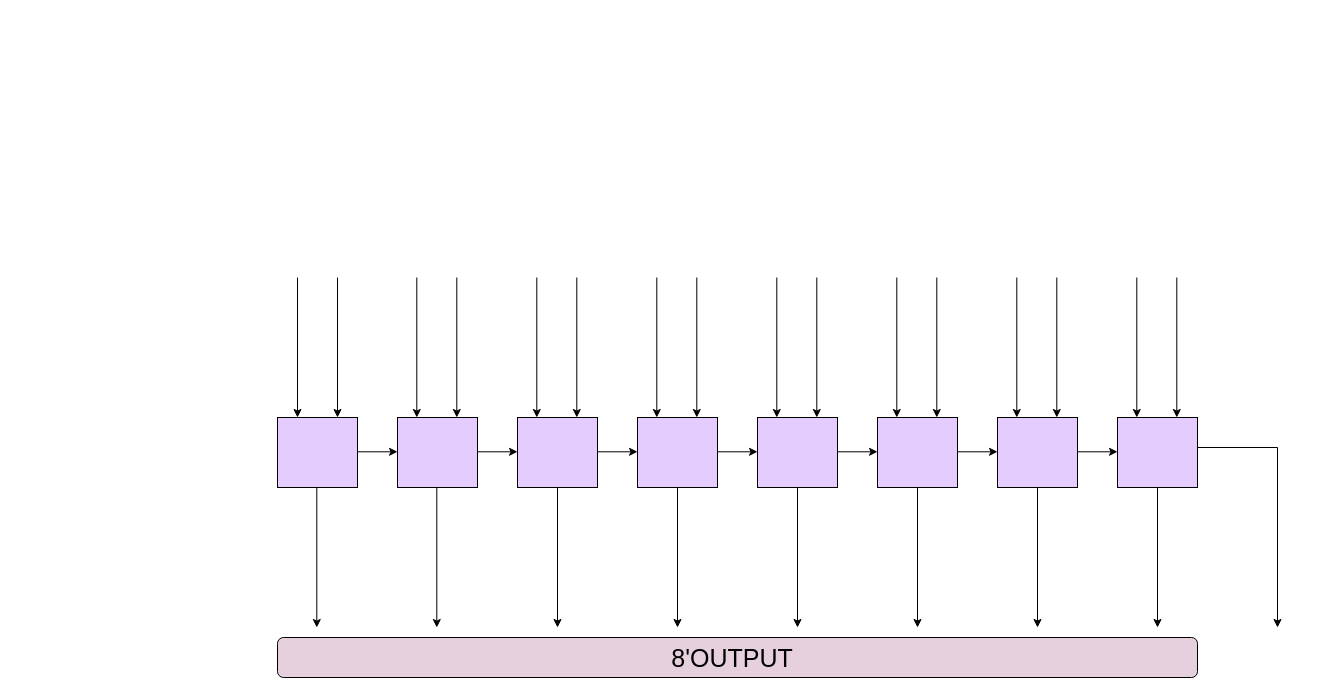
This is humanmachine/ALU.drawio from Raspberry-NQ/human-8bit-CPU, a draw.io file, before an edit. Source tidied: cells renumbered, new cells numbered last; positions are measured from the earlier drawing's top-left corner, leaving out a move shared by most shapes. Both pictures are drawn from the tidied source at 100%, with x=0, y=0 at pixel (277, 277).
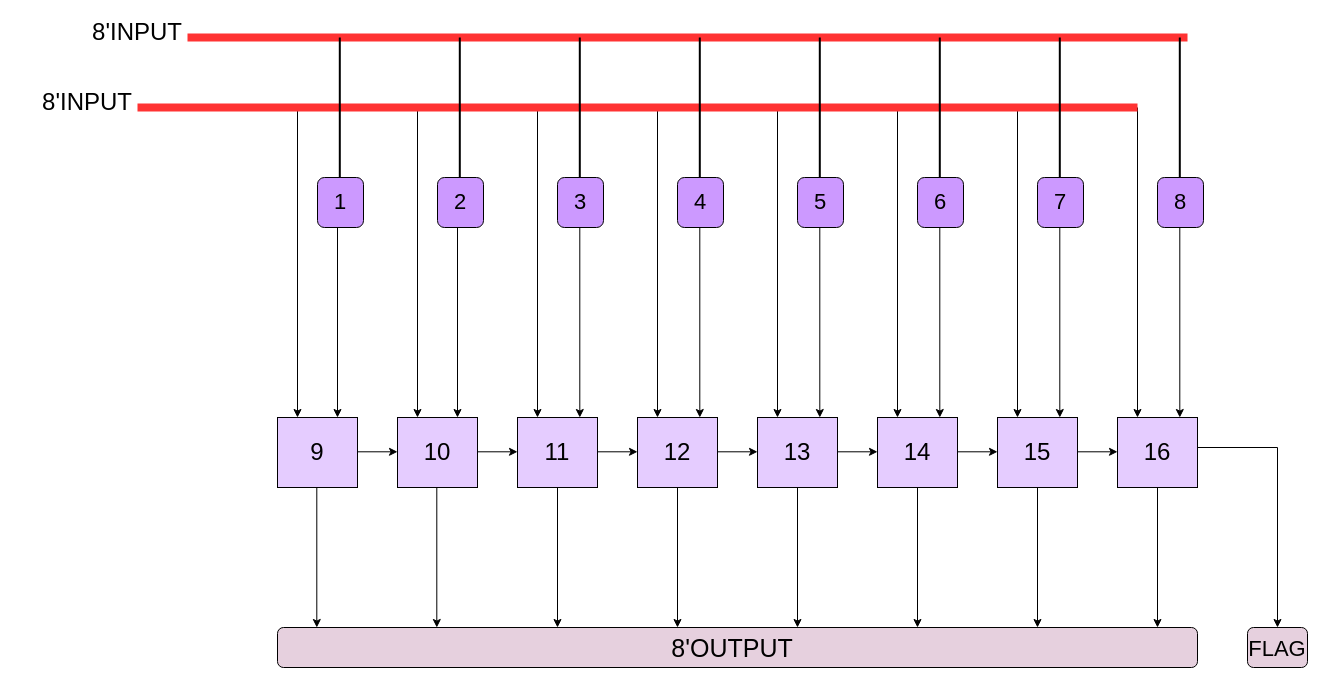
Above is the later version.

Diff of the diagram source:
```diff
@@
-    <mxCell id="2" style="rounded=0;whiteSpace=wrap;html=1;fillColor=#E5CCFF;" parent="1" vertex="1">
+    <mxCell id="2" value="&lt;font style=&quot;font-size: 24px&quot;&gt;10&lt;/font&gt;" style="rounded=0;whiteSpace=wrap;html=1;fillColor=#E5CCFF;" parent="1" vertex="1">
       <mxGeometry x="120" y="140" width="80" height="70" as="geometry" />
     </mxCell>
-    <mxCell id="3" style="rounded=0;whiteSpace=wrap;html=1;fillColor=#E5CCFF;" parent="1" vertex="1">
+    <mxCell id="3" value="11" style="rounded=0;whiteSpace=wrap;html=1;fillColor=#E5CCFF;fontSize=24;" parent="1" vertex="1">
       <mxGeometry x="240" y="140" width="80" height="70" as="geometry" />
     </mxCell>
-    <mxCell id="4" style="rounded=0;whiteSpace=wrap;html=1;fillColor=#E5CCFF;" parent="1" vertex="1">
+    <mxCell id="4" value="12" style="rounded=0;whiteSpace=wrap;html=1;fillColor=#E5CCFF;fontSize=24;" parent="1" vertex="1">
       <mxGeometry x="360" y="140" width="80" height="70" as="geometry" />
     </mxCell>
-    <mxCell id="5" style="rounded=0;whiteSpace=wrap;html=1;fillColor=#E5CCFF;" parent="1" vertex="1">
+    <mxCell id="5" value="13" style="rounded=0;whiteSpace=wrap;html=1;fillColor=#E5CCFF;fontSize=24;" parent="1" vertex="1">
       <mxGeometry x="480" y="140" width="80" height="70" as="geometry" />
     </mxCell>
-    <mxCell id="6" style="rounded=0;whiteSpace=wrap;html=1;fillColor=#E5CCFF;" parent="1" vertex="1">
+    <mxCell id="6" value="14" style="rounded=0;whiteSpace=wrap;html=1;fillColor=#E5CCFF;fontSize=24;" parent="1" vertex="1">
       <mxGeometry x="600" y="140" width="80" height="70" as="geometry" />
     </mxCell>
-    <mxCell id="7" style="rounded=0;whiteSpace=wrap;html=1;fillColor=#E5CCFF;" parent="1" vertex="1">
+    <mxCell id="7" value="&lt;font style=&quot;font-size: 24px&quot;&gt;9&lt;/font&gt;" style="rounded=0;whiteSpace=wrap;html=1;fillColor=#E5CCFF;" parent="1" vertex="1">
       <mxGeometry y="140" width="80" height="70" as="geometry" />
     </mxCell>
-    <mxCell id="8" style="rounded=0;whiteSpace=wrap;html=1;fillColor=#E5CCFF;" parent="1" vertex="1">
+    <mxCell id="8" value="15" style="rounded=0;whiteSpace=wrap;html=1;fillColor=#E5CCFF;fontSize=24;" parent="1" vertex="1">
       <mxGeometry x="720" y="140" width="80" height="70" as="geometry" />
     </mxCell>
-    <mxCell id="9" style="rounded=0;whiteSpace=wrap;html=1;fillColor=#E5CCFF;" parent="1" vertex="1">
+    <mxCell id="9" value="16" style="rounded=0;whiteSpace=wrap;html=1;fillColor=#E5CCFF;fontSize=24;" parent="1" vertex="1">
       <mxGeometry x="840" y="140" width="80" height="70" as="geometry" />
     </mxCell>
     <mxCell id="10" style="endArrow=classic;html=1;rounded=0;" parent="1" edge="1">
       <mxGeometry relative="1" as="geometry">
-        <mxPoint x="20" as="sourcePoint" />
+        <mxPoint x="20" y="-170" as="sourcePoint" />
         <mxPoint x="20" y="140" as="targetPoint" />
       </mxGeometry>
     </mxCell>
     <mxCell id="11" style="endArrow=classic;html=1;rounded=0;" parent="1" edge="1">
       <mxGeometry relative="1" as="geometry">
-        <mxPoint x="60" as="sourcePoint" />
+        <mxPoint x="60" y="-50" as="sourcePoint" />
         <mxPoint x="60" y="140" as="targetPoint" />
       </mxGeometry>
     </mxCell>
-    <mxCell id="12" style="endArrow=classic;html=1;rounded=0;" parent="1" edge="1">
-      <mxGeometry relative="1" as="geometry">
-        <mxPoint x="139.3" as="sourcePoint" />
-        <mxPoint x="139.3" y="140" as="targetPoint" />
-      </mxGeometry>
-    </mxCell>
-    <mxCell id="13" style="endArrow=classic;html=1;rounded=0;" parent="1" edge="1">
-      <mxGeometry relative="1" as="geometry">
-        <mxPoint x="179.3" as="sourcePoint" />
-        <mxPoint x="179.3" y="140" as="targetPoint" />
-      </mxGeometry>
-    </mxCell>
-    <mxCell id="14" style="endArrow=classic;html=1;rounded=0;" parent="1" edge="1">
-      <mxGeometry relative="1" as="geometry">
-        <mxPoint x="259.3" as="sourcePoint" />
-        <mxPoint x="259.3" y="140" as="targetPoint" />
-      </mxGeometry>
-    </mxCell>
-    <mxCell id="15" style="endArrow=classic;html=1;rounded=0;" parent="1" edge="1">
-      <mxGeometry relative="1" as="geometry">
-        <mxPoint x="299.3" as="sourcePoint" />
-        <mxPoint x="299.3" y="140" as="targetPoint" />
-      </mxGeometry>
-    </mxCell>
-    <mxCell id="16" style="endArrow=classic;html=1;rounded=0;" parent="1" edge="1">
-      <mxGeometry relative="1" as="geometry">
-        <mxPoint x="379.3" as="sourcePoint" />
-        <mxPoint x="379.3" y="140" as="targetPoint" />
-      </mxGeometry>
-    </mxCell>
-    <mxCell id="17" style="endArrow=classic;html=1;rounded=0;" parent="1" edge="1">
-      <mxGeometry relative="1" as="geometry">
-        <mxPoint x="419.3" as="sourcePoint" />
-        <mxPoint x="419.3" y="140" as="targetPoint" />
-      </mxGeometry>
-    </mxCell>
-    <mxCell id="18" style="endArrow=classic;html=1;rounded=0;" parent="1" edge="1">
-      <mxGeometry relative="1" as="geometry">
-        <mxPoint x="499.3" as="sourcePoint" />
-        <mxPoint x="499.3" y="140" as="targetPoint" />
-      </mxGeometry>
-    </mxCell>
-    <mxCell id="19" style="endArrow=classic;html=1;rounded=0;" parent="1" edge="1">
-      <mxGeometry relative="1" as="geometry">
-        <mxPoint x="539.3" as="sourcePoint" />
-        <mxPoint x="539.3" y="140" as="targetPoint" />
-      </mxGeometry>
-    </mxCell>
-    <mxCell id="20" style="endArrow=classic;html=1;rounded=0;" parent="1" edge="1">
-      <mxGeometry relative="1" as="geometry">
-        <mxPoint x="619.3" as="sourcePoint" />
-        <mxPoint x="619.3" y="140" as="targetPoint" />
-      </mxGeometry>
-    </mxCell>
-    <mxCell id="21" style="endArrow=classic;html=1;rounded=0;" parent="1" edge="1">
-      <mxGeometry relative="1" as="geometry">
-        <mxPoint x="659.3" as="sourcePoint" />
-        <mxPoint x="659.3" y="140" as="targetPoint" />
-      </mxGeometry>
-    </mxCell>
-    <mxCell id="22" style="endArrow=classic;html=1;rounded=0;" parent="1" edge="1">
-      <mxGeometry relative="1" as="geometry">
-        <mxPoint x="739.3" as="sourcePoint" />
-        <mxPoint x="739.3" y="140" as="targetPoint" />
-      </mxGeometry>
-    </mxCell>
-    <mxCell id="23" style="endArrow=classic;html=1;rounded=0;" parent="1" edge="1">
-      <mxGeometry relative="1" as="geometry">
-        <mxPoint x="779.3" as="sourcePoint" />
-        <mxPoint x="779.3" y="140" as="targetPoint" />
-      </mxGeometry>
-    </mxCell>
-    <mxCell id="24" style="endArrow=classic;html=1;rounded=0;" parent="1" edge="1">
-      <mxGeometry relative="1" as="geometry">
-        <mxPoint x="859.3" as="sourcePoint" />
-        <mxPoint x="859.3" y="140" as="targetPoint" />
-      </mxGeometry>
-    </mxCell>
-    <mxCell id="25" style="endArrow=classic;html=1;rounded=0;" parent="1" edge="1">
-      <mxGeometry relative="1" as="geometry">
-        <mxPoint x="899.3" as="sourcePoint" />
-        <mxPoint x="899.3" y="140" as="targetPoint" />
-      </mxGeometry>
-    </mxCell>
@@
     <mxCell id="42" style="rounded=1;whiteSpace=wrap;html=1;fillColor=#E6D0DE;" parent="1" vertex="1">
-      <mxGeometry y="360" width="920" height="40" as="geometry" />
+      <mxGeometry y="350" width="920" height="40" as="geometry" />
     </mxCell>
     <mxCell id="43" value="&lt;font style=&quot;font-size: 25px&quot;&gt;8'OUTPUT&lt;/font&gt;" style="text;html=1;strokeColor=none;fillColor=none;align=center;verticalAlign=middle;whiteSpace=wrap;rounded=0;" parent="1" vertex="1">
-      <mxGeometry x="340" y="365" width="230" height="30" as="geometry" />
+      <mxGeometry x="340" y="355" width="230" height="30" as="geometry" />
     </mxCell>
+    <mxCell id="44" style="rounded=1;whiteSpace=wrap;html=1;fontSize=25;fillColor=#E6D0DE;" parent="1" vertex="1">
+      <mxGeometry x="970" y="350" width="60" height="40" as="geometry" />
+    </mxCell>
+    <mxCell id="45" value="&lt;font style=&quot;font-size: 22px&quot;&gt;FLAG&lt;/font&gt;" style="text;html=1;strokeColor=none;fillColor=none;align=center;verticalAlign=middle;whiteSpace=wrap;rounded=0;fontSize=25;" parent="1" vertex="1">
+      <mxGeometry x="970" y="355" width="60" height="30" as="geometry" />
+    </mxCell>
+    <mxCell id="46" style="endArrow=classic;html=1;rounded=0;" parent="1" edge="1">
+      <mxGeometry relative="1" as="geometry">
+        <mxPoint x="180" y="-50" as="sourcePoint" />
+        <mxPoint x="180" y="140" as="targetPoint" />
+      </mxGeometry>
+    </mxCell>
+    <mxCell id="47" value="1" style="rounded=1;whiteSpace=wrap;html=1;fontSize=22;fillColor=#CC99FF;" parent="1" vertex="1">
+      <mxGeometry x="40" y="-100" width="46" height="50" as="geometry" />
+    </mxCell>
+    <mxCell id="48" value="2" style="rounded=1;whiteSpace=wrap;html=1;fontSize=22;fillColor=#CC99FF;" parent="1" vertex="1">
+      <mxGeometry x="160" y="-100" width="46" height="50" as="geometry" />
+    </mxCell>
+    <mxCell id="49" value="3" style="rounded=1;whiteSpace=wrap;html=1;fontSize=22;fillColor=#CC99FF;" parent="1" vertex="1">
+      <mxGeometry x="280" y="-100" width="46" height="50" as="geometry" />
+    </mxCell>
+    <mxCell id="50" value="4" style="rounded=1;whiteSpace=wrap;html=1;fontSize=22;fillColor=#CC99FF;" parent="1" vertex="1">
+      <mxGeometry x="400" y="-100" width="46" height="50" as="geometry" />
+    </mxCell>
+    <mxCell id="51" value="5" style="rounded=1;whiteSpace=wrap;html=1;fontSize=22;fillColor=#CC99FF;" parent="1" vertex="1">
+      <mxGeometry x="520" y="-100" width="46" height="50" as="geometry" />
+    </mxCell>
+    <mxCell id="52" value="6" style="rounded=1;whiteSpace=wrap;html=1;fontSize=22;fillColor=#CC99FF;" parent="1" vertex="1">
+      <mxGeometry x="640" y="-100" width="46" height="50" as="geometry" />
+    </mxCell>
+    <mxCell id="53" value="7" style="rounded=1;whiteSpace=wrap;html=1;fontSize=22;fillColor=#CC99FF;" parent="1" vertex="1">
+      <mxGeometry x="760" y="-100" width="46" height="50" as="geometry" />
+    </mxCell>
+    <mxCell id="54" value="8" style="rounded=1;whiteSpace=wrap;html=1;fontSize=22;fillColor=#CC99FF;" parent="1" vertex="1">
+      <mxGeometry x="880" y="-100" width="46" height="50" as="geometry" />
+    </mxCell>
+    <mxCell id="55" style="endArrow=classic;html=1;rounded=0;" parent="1" edge="1">
+      <mxGeometry relative="1" as="geometry">
+        <mxPoint x="302.3" y="-50" as="sourcePoint" />
+        <mxPoint x="302.3" y="140" as="targetPoint" />
+      </mxGeometry>
+    </mxCell>
+    <mxCell id="56" style="endArrow=classic;html=1;rounded=0;" parent="1" edge="1">
+      <mxGeometry relative="1" as="geometry">
+        <mxPoint x="422.3" y="-50" as="sourcePoint" />
+        <mxPoint x="422.3" y="140" as="targetPoint" />
+      </mxGeometry>
+    </mxCell>
+    <mxCell id="57" style="endArrow=classic;html=1;rounded=0;" parent="1" edge="1">
+      <mxGeometry relative="1" as="geometry">
+        <mxPoint x="542.3" y="-50" as="sourcePoint" />
+        <mxPoint x="542.3" y="140" as="targetPoint" />
+      </mxGeometry>
+    </mxCell>
+    <mxCell id="58" style="endArrow=classic;html=1;rounded=0;" parent="1" edge="1">
+      <mxGeometry relative="1" as="geometry">
+        <mxPoint x="662.3" y="-50" as="sourcePoint" />
+        <mxPoint x="662.3" y="140" as="targetPoint" />
+      </mxGeometry>
+    </mxCell>
+    <mxCell id="59" style="endArrow=classic;html=1;rounded=0;" parent="1" edge="1">
+      <mxGeometry relative="1" as="geometry">
+        <mxPoint x="782.3" y="-50" as="sourcePoint" />
+        <mxPoint x="782.3" y="140" as="targetPoint" />
+      </mxGeometry>
+    </mxCell>
+    <mxCell id="60" style="endArrow=classic;html=1;rounded=0;" parent="1" edge="1">
+      <mxGeometry relative="1" as="geometry">
+        <mxPoint x="902.3" y="-50" as="sourcePoint" />
+        <mxPoint x="902.3" y="140" as="targetPoint" />
+      </mxGeometry>
+    </mxCell>
+    <mxCell id="61" style="endArrow=classic;html=1;rounded=0;" parent="1" edge="1">
+      <mxGeometry relative="1" as="geometry">
+        <mxPoint x="140" y="-170" as="sourcePoint" />
+        <mxPoint x="140" y="140" as="targetPoint" />
+      </mxGeometry>
+    </mxCell>
+    <mxCell id="62" style="endArrow=classic;html=1;rounded=0;" parent="1" edge="1">
+      <mxGeometry relative="1" as="geometry">
+        <mxPoint x="260" y="-170" as="sourcePoint" />
+        <mxPoint x="260" y="140" as="targetPoint" />
+      </mxGeometry>
+    </mxCell>
+    <mxCell id="63" style="endArrow=classic;html=1;rounded=0;" parent="1" edge="1">
+      <mxGeometry relative="1" as="geometry">
+        <mxPoint x="380" y="-170" as="sourcePoint" />
+        <mxPoint x="380" y="140" as="targetPoint" />
+      </mxGeometry>
+    </mxCell>
+    <mxCell id="64" style="endArrow=classic;html=1;rounded=0;" parent="1" edge="1">
+      <mxGeometry relative="1" as="geometry">
+        <mxPoint x="500" y="-170" as="sourcePoint" />
+        <mxPoint x="500" y="140" as="targetPoint" />
+      </mxGeometry>
+    </mxCell>
+    <mxCell id="65" style="endArrow=classic;html=1;rounded=0;" parent="1" edge="1">
+      <mxGeometry relative="1" as="geometry">
+        <mxPoint x="620" y="-170" as="sourcePoint" />
+        <mxPoint x="620" y="140" as="targetPoint" />
+      </mxGeometry>
+    </mxCell>
+    <mxCell id="66" style="endArrow=classic;html=1;rounded=0;" parent="1" edge="1">
+      <mxGeometry relative="1" as="geometry">
+        <mxPoint x="740" y="-170" as="sourcePoint" />
+        <mxPoint x="740" y="140" as="targetPoint" />
+      </mxGeometry>
+    </mxCell>
+    <mxCell id="67" style="endArrow=classic;html=1;rounded=0;" parent="1" edge="1">
+      <mxGeometry relative="1" as="geometry">
+        <mxPoint x="860" y="-170" as="sourcePoint" />
+        <mxPoint x="860" y="140" as="targetPoint" />
+      </mxGeometry>
+    </mxCell>
+    <mxCell id="68" style="endArrow=none;html=1;rounded=0;fontSize=24;strokeWidth=8;strokeColor=#FF3333;" parent="1" edge="1">
+      <mxGeometry relative="1" as="geometry">
+        <mxPoint x="-140" y="-170" as="sourcePoint" />
+        <mxPoint x="860" y="-170" as="targetPoint" />
+      </mxGeometry>
+    </mxCell>
+    <mxCell id="69" style="endArrow=none;html=1;rounded=0;fontSize=24;strokeWidth=8;strokeColor=#FF3333;" parent="1" edge="1">
+      <mxGeometry relative="1" as="geometry">
+        <mxPoint x="-90" y="-240" as="sourcePoint" />
+        <mxPoint x="910" y="-240" as="targetPoint" />
+      </mxGeometry>
+    </mxCell>
+    <mxCell id="70" style="endArrow=none;html=1;rounded=0;fontSize=24;strokeColor=#000000;strokeWidth=2;" parent="1" edge="1">
+      <mxGeometry relative="1" as="geometry">
+        <mxPoint x="62.3" y="-100" as="sourcePoint" />
+        <mxPoint x="62.3" y="-240" as="targetPoint" />
+      </mxGeometry>
+    </mxCell>
+    <mxCell id="71" style="endArrow=none;html=1;rounded=0;fontSize=24;strokeColor=#000000;strokeWidth=2;" parent="1" edge="1">
+      <mxGeometry relative="1" as="geometry">
+        <mxPoint x="182.3" y="-100" as="sourcePoint" />
+        <mxPoint x="182.3" y="-240" as="targetPoint" />
+      </mxGeometry>
+    </mxCell>
+    <mxCell id="72" style="endArrow=none;html=1;rounded=0;fontSize=24;strokeColor=#000000;strokeWidth=2;" parent="1" edge="1">
+      <mxGeometry relative="1" as="geometry">
+        <mxPoint x="302.3" y="-100" as="sourcePoint" />
+        <mxPoint x="302.3" y="-240" as="targetPoint" />
+      </mxGeometry>
+    </mxCell>
+    <mxCell id="73" style="endArrow=none;html=1;rounded=0;fontSize=24;strokeColor=#000000;strokeWidth=2;" parent="1" edge="1">
+      <mxGeometry relative="1" as="geometry">
+        <mxPoint x="422.3" y="-100" as="sourcePoint" />
+        <mxPoint x="422.3" y="-240" as="targetPoint" />
+      </mxGeometry>
+    </mxCell>
+    <mxCell id="74" style="endArrow=none;html=1;rounded=0;fontSize=24;strokeColor=#000000;strokeWidth=2;" parent="1" edge="1">
+      <mxGeometry relative="1" as="geometry">
+        <mxPoint x="542.3" y="-100" as="sourcePoint" />
+        <mxPoint x="542.3" y="-240" as="targetPoint" />
+      </mxGeometry>
+    </mxCell>
+    <mxCell id="75" style="endArrow=none;html=1;rounded=0;fontSize=24;strokeColor=#000000;strokeWidth=2;" parent="1" edge="1">
+      <mxGeometry relative="1" as="geometry">
+        <mxPoint x="662.3" y="-100" as="sourcePoint" />
+        <mxPoint x="662.3" y="-240" as="targetPoint" />
+      </mxGeometry>
+    </mxCell>
+    <mxCell id="76" style="endArrow=none;html=1;rounded=0;fontSize=24;strokeColor=#000000;strokeWidth=2;" parent="1" edge="1">
+      <mxGeometry relative="1" as="geometry">
+        <mxPoint x="782.3" y="-100" as="sourcePoint" />
+        <mxPoint x="782.3" y="-240" as="targetPoint" />
+      </mxGeometry>
+    </mxCell>
+    <mxCell id="77" style="endArrow=none;html=1;rounded=0;fontSize=24;strokeColor=#000000;strokeWidth=2;" parent="1" edge="1">
+      <mxGeometry relative="1" as="geometry">
+        <mxPoint x="902.3" y="-100" as="sourcePoint" />
+        <mxPoint x="902.3" y="-240" as="targetPoint" />
+      </mxGeometry>
+    </mxCell>
+    <mxCell id="78" value="8'INPUT" style="text;html=1;strokeColor=none;fillColor=none;align=center;verticalAlign=middle;whiteSpace=wrap;rounded=0;fontSize=24;" parent="1" vertex="1">
+      <mxGeometry x="-210" y="-260" width="140" height="30" as="geometry" />
+    </mxCell>
+    <mxCell id="79" value="8'INPUT" style="text;html=1;strokeColor=none;fillColor=none;align=center;verticalAlign=middle;whiteSpace=wrap;rounded=0;fontSize=24;" parent="1" vertex="1">
+      <mxGeometry x="-260" y="-190" width="140" height="30" as="geometry" />
+    </mxCell>
```
